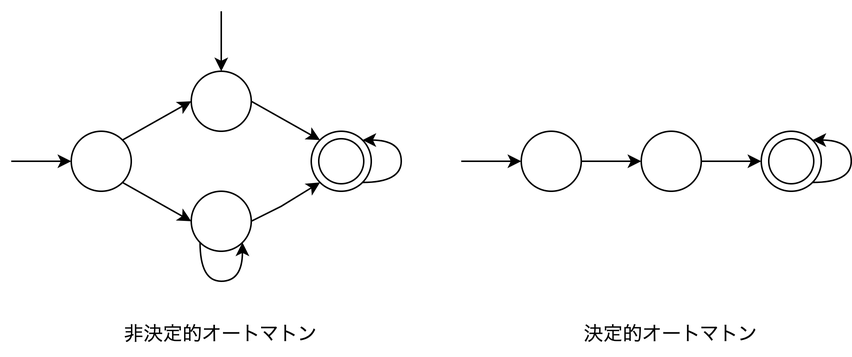
Above: journal-club/mc-7/images/image7-1-1.png in morinoyu8/glab (draw.io), before the change. Source tidied: cells renumbered, new cells last; positions are measured from the earlier drawing's top-left corner, leaving out a move shared by most shapes. Source of this version:
```xml
<mxGraphModel>
  <root>
    <mxCell id="0" />
    <mxCell id="1" parent="0" />
    <mxCell id="2" value="非決定的オートマトン" style="text;html=1;strokeColor=none;fillColor=none;align=center;verticalAlign=middle;whiteSpace=wrap;rounded=0;fontSize=13;" parent="1" vertex="1">
      <mxGeometry x="60" y="200" width="160" height="30" as="geometry" />
    </mxCell>
    <mxCell id="3" value="決定的オートマトン" style="text;html=1;strokeColor=none;fillColor=none;align=center;verticalAlign=middle;whiteSpace=wrap;rounded=0;fontSize=13;" parent="1" vertex="1">
      <mxGeometry x="360" y="200" width="160" height="30" as="geometry" />
    </mxCell>
    <mxCell id="4" style="ellipse;whiteSpace=wrap;html=1;" parent="1" vertex="1">
      <mxGeometry x="40" y="80" width="40" height="40" as="geometry" />
    </mxCell>
    <mxCell id="5" style="ellipse;whiteSpace=wrap;html=1;" parent="1" vertex="1">
      <mxGeometry x="120" y="40" width="40" height="40" as="geometry" />
    </mxCell>
    <mxCell id="6" style="ellipse;whiteSpace=wrap;html=1;" parent="1" vertex="1">
      <mxGeometry x="120" y="120" width="40" height="40" as="geometry" />
    </mxCell>
    <mxCell id="7" style="ellipse;whiteSpace=wrap;html=1;" parent="1" vertex="1">
      <mxGeometry x="200" y="80" width="40" height="40" as="geometry" />
    </mxCell>
    <mxCell id="8" style="endArrow=classic;html=1;rounded=0;exitX=1;exitY=1;exitDx=0;exitDy=0;entryX=0;entryY=0.5;entryDx=0;entryDy=0;" parent="1" edge="1" source="4" target="6">
      <mxGeometry relative="1" as="geometry" />
    </mxCell>
    <mxCell id="9" style="endArrow=classic;html=1;rounded=0;exitX=1;exitY=0;exitDx=0;exitDy=0;entryX=0;entryY=0.5;entryDx=0;entryDy=0;" parent="1" edge="1" source="4" target="5">
      <mxGeometry relative="1" as="geometry" />
    </mxCell>
    <mxCell id="10" style="endArrow=classic;html=1;rounded=0;exitX=1;exitY=0.5;exitDx=0;exitDy=0;entryX=0;entryY=1;entryDx=0;entryDy=0;" parent="1" edge="1" source="6" target="7">
      <mxGeometry relative="1" as="geometry">
        <Array as="points">
          <mxPoint x="180" y="130" />
        </Array>
      </mxGeometry>
    </mxCell>
    <mxCell id="11" style="endArrow=classic;html=1;rounded=0;entryX=0;entryY=0.5;entryDx=0;entryDy=0;" parent="1" edge="1" target="4">
      <mxGeometry relative="1" as="geometry">
        <mxPoint y="100" as="sourcePoint" />
      </mxGeometry>
    </mxCell>
    <mxCell id="12" style="endArrow=classic;html=1;rounded=0;entryX=0.5;entryY=0;entryDx=0;entryDy=0;" parent="1" edge="1" target="5">
      <mxGeometry relative="1" as="geometry">
        <mxPoint x="140" as="sourcePoint" />
      </mxGeometry>
    </mxCell>
    <mxCell id="13" style="endArrow=classic;html=1;rounded=0;exitX=1;exitY=0.5;exitDx=0;exitDy=0;entryX=0;entryY=0;entryDx=0;entryDy=0;" parent="1" edge="1" source="5" target="7">
      <mxGeometry relative="1" as="geometry" />
    </mxCell>
    <mxCell id="14" style="endArrow=classic;html=1;rounded=0;exitX=1;exitY=1;exitDx=0;exitDy=0;entryX=1;entryY=0;entryDx=0;entryDy=0;edgeStyle=orthogonalEdgeStyle;curved=1;" parent="1" edge="1" source="7" target="7">
      <mxGeometry relative="1" as="geometry">
        <Array as="points">
          <mxPoint x="260" y="114" />
          <mxPoint x="260" y="86" />
        </Array>
      </mxGeometry>
    </mxCell>
    <mxCell id="15" style="endArrow=classic;html=1;rounded=0;exitX=0;exitY=1;exitDx=0;exitDy=0;entryX=1;entryY=1;entryDx=0;entryDy=0;edgeStyle=orthogonalEdgeStyle;curved=1;" parent="1" edge="1" source="6" target="6">
      <mxGeometry relative="1" as="geometry">
        <Array as="points">
          <mxPoint x="126" y="180" />
          <mxPoint x="154" y="180" />
        </Array>
      </mxGeometry>
    </mxCell>
    <mxCell id="16" style="ellipse;whiteSpace=wrap;html=1;" parent="1" vertex="1">
      <mxGeometry x="205" y="85" width="30" height="30" as="geometry" />
    </mxCell>
    <mxCell id="17" style="ellipse;whiteSpace=wrap;html=1;" parent="1" vertex="1">
      <mxGeometry x="340" y="80" width="40" height="40" as="geometry" />
    </mxCell>
    <mxCell id="18" style="ellipse;whiteSpace=wrap;html=1;" parent="1" vertex="1">
      <mxGeometry x="420" y="80" width="40" height="40" as="geometry" />
    </mxCell>
    <mxCell id="19" style="ellipse;whiteSpace=wrap;html=1;" parent="1" vertex="1">
      <mxGeometry x="500" y="80" width="40" height="40" as="geometry" />
    </mxCell>
    <mxCell id="20" style="endArrow=classic;html=1;rounded=0;exitX=1;exitY=0.5;exitDx=0;exitDy=0;entryX=0;entryY=0.5;entryDx=0;entryDy=0;" parent="1" edge="1" source="17" target="18">
      <mxGeometry relative="1" as="geometry" />
    </mxCell>
    <mxCell id="21" style="endArrow=classic;html=1;rounded=0;entryX=0;entryY=0.5;entryDx=0;entryDy=0;" parent="1" edge="1" target="17">
      <mxGeometry relative="1" as="geometry">
        <mxPoint x="300" y="100" as="sourcePoint" />
      </mxGeometry>
    </mxCell>
    <mxCell id="22" style="endArrow=classic;html=1;rounded=0;exitX=1;exitY=0.5;exitDx=0;exitDy=0;entryX=0;entryY=0.5;entryDx=0;entryDy=0;" parent="1" edge="1" source="18" target="19">
      <mxGeometry relative="1" as="geometry" />
    </mxCell>
    <mxCell id="23" style="endArrow=classic;html=1;rounded=0;exitX=1;exitY=1;exitDx=0;exitDy=0;entryX=1;entryY=0;entryDx=0;entryDy=0;edgeStyle=orthogonalEdgeStyle;curved=1;" parent="1" edge="1" source="19" target="19">
      <mxGeometry relative="1" as="geometry">
        <Array as="points">
          <mxPoint x="560" y="114" />
          <mxPoint x="560" y="86" />
        </Array>
      </mxGeometry>
    </mxCell>
    <mxCell id="24" style="ellipse;whiteSpace=wrap;html=1;" parent="1" vertex="1">
      <mxGeometry x="505" y="85" width="30" height="30" as="geometry" />
    </mxCell>
  </root>
</mxGraphModel>
```
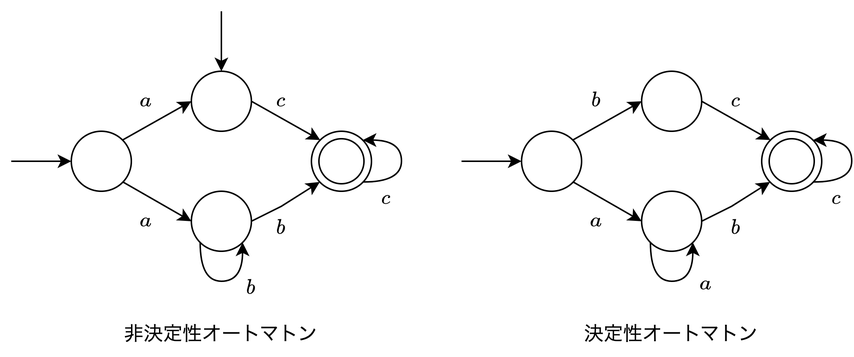
The same diagram one commit later.

What changed in the source:
```diff
@@ -1,11 +1,11 @@
-<mxGraphModel>
+<mxGraphModel math="1">
   <root>
     <mxCell id="0" />
     <mxCell id="1" parent="0" />
-    <mxCell id="2" value="非決定的オートマトン" style="text;html=1;strokeColor=none;fillColor=none;align=center;verticalAlign=middle;whiteSpace=wrap;rounded=0;fontSize=13;" parent="1" vertex="1">
+    <mxCell id="2" value="非決定性オートマトン" style="text;html=1;strokeColor=none;fillColor=none;align=center;verticalAlign=middle;whiteSpace=wrap;rounded=0;fontSize=13;" parent="1" vertex="1">
       <mxGeometry x="60" y="200" width="160" height="30" as="geometry" />
     </mxCell>
-    <mxCell id="3" value="決定的オートマトン" style="text;html=1;strokeColor=none;fillColor=none;align=center;verticalAlign=middle;whiteSpace=wrap;rounded=0;fontSize=13;" parent="1" vertex="1">
+    <mxCell id="3" value="決定性オートマトン" style="text;html=1;strokeColor=none;fillColor=none;align=center;verticalAlign=middle;whiteSpace=wrap;rounded=0;fontSize=13;" parent="1" vertex="1">
       <mxGeometry x="360" y="200" width="160" height="30" as="geometry" />
     </mxCell>
     <mxCell id="4" style="ellipse;whiteSpace=wrap;html=1;" parent="1" vertex="1">
@@ -68,23 +68,36 @@
     <mxCell id="17" style="ellipse;whiteSpace=wrap;html=1;" parent="1" vertex="1">
       <mxGeometry x="340" y="80" width="40" height="40" as="geometry" />
     </mxCell>
-    <mxCell id="18" style="ellipse;whiteSpace=wrap;html=1;" parent="1" vertex="1">
-      <mxGeometry x="420" y="80" width="40" height="40" as="geometry" />
-    </mxCell>
+    <mxCell id="25" style="ellipse;whiteSpace=wrap;html=1;" parent="1" vertex="1">
+      <mxGeometry x="420" y="40" width="40" height="40" as="geometry" />
+    </mxCell>
+    <mxCell id="26" style="ellipse;whiteSpace=wrap;html=1;" parent="1" vertex="1">
+      <mxGeometry x="420" y="120" width="40" height="40" as="geometry" />
+    </mxCell>
     <mxCell id="19" style="ellipse;whiteSpace=wrap;html=1;" parent="1" vertex="1">
       <mxGeometry x="500" y="80" width="40" height="40" as="geometry" />
     </mxCell>
-    <mxCell id="20" style="endArrow=classic;html=1;rounded=0;exitX=1;exitY=0.5;exitDx=0;exitDy=0;entryX=0;entryY=0.5;entryDx=0;entryDy=0;" parent="1" edge="1" source="17" target="18">
-      <mxGeometry relative="1" as="geometry" />
-    </mxCell>
-    <mxCell id="21" style="endArrow=classic;html=1;rounded=0;entryX=0;entryY=0.5;entryDx=0;entryDy=0;" parent="1" edge="1" target="17">
-      <mxGeometry relative="1" as="geometry">
-        <mxPoint x="300" y="100" as="sourcePoint" />
-      </mxGeometry>
-    </mxCell>
-    <mxCell id="22" style="endArrow=classic;html=1;rounded=0;exitX=1;exitY=0.5;exitDx=0;exitDy=0;entryX=0;entryY=0.5;entryDx=0;entryDy=0;" parent="1" edge="1" source="18" target="19">
-      <mxGeometry relative="1" as="geometry" />
-    </mxCell>
+    <mxCell id="27" style="endArrow=classic;html=1;rounded=0;exitX=1;exitY=1;exitDx=0;exitDy=0;entryX=0;entryY=0.5;entryDx=0;entryDy=0;" parent="1" edge="1" source="17" target="26">
+      <mxGeometry relative="1" as="geometry" />
+    </mxCell>
+    <mxCell id="28" style="endArrow=classic;html=1;rounded=0;exitX=1;exitY=0;exitDx=0;exitDy=0;entryX=0;entryY=0.5;entryDx=0;entryDy=0;" parent="1" edge="1" source="17" target="25">
+      <mxGeometry relative="1" as="geometry" />
+    </mxCell>
+    <mxCell id="29" style="endArrow=classic;html=1;rounded=0;exitX=1;exitY=0.5;exitDx=0;exitDy=0;entryX=0;entryY=1;entryDx=0;entryDy=0;" parent="1" edge="1" source="26" target="19">
+      <mxGeometry relative="1" as="geometry">
+        <Array as="points">
+          <mxPoint x="480" y="130" />
+        </Array>
+      </mxGeometry>
+    </mxCell>
+    <mxCell id="30" style="endArrow=classic;html=1;rounded=0;entryX=0;entryY=0.5;entryDx=0;entryDy=0;" parent="1" edge="1" target="17">
+      <mxGeometry relative="1" as="geometry">
+        <mxPoint x="300" y="100" as="sourcePoint" />
+      </mxGeometry>
+    </mxCell>
+    <mxCell id="31" style="endArrow=classic;html=1;rounded=0;exitX=1;exitY=0.5;exitDx=0;exitDy=0;entryX=0;entryY=0;entryDx=0;entryDy=0;" parent="1" edge="1" source="25" target="19">
+      <mxGeometry relative="1" as="geometry" />
+    </mxCell>
     <mxCell id="23" style="endArrow=classic;html=1;rounded=0;exitX=1;exitY=1;exitDx=0;exitDy=0;entryX=1;entryY=0;entryDx=0;entryDy=0;edgeStyle=orthogonalEdgeStyle;curved=1;" parent="1" edge="1" source="19" target="19">
       <mxGeometry relative="1" as="geometry">
         <Array as="points">
@@ -93,8 +106,52 @@
         </Array>
       </mxGeometry>
     </mxCell>
+    <mxCell id="32" style="endArrow=classic;html=1;rounded=0;exitX=0;exitY=1;exitDx=0;exitDy=0;entryX=1;entryY=1;entryDx=0;entryDy=0;edgeStyle=orthogonalEdgeStyle;curved=1;" parent="1" edge="1" source="26" target="26">
+      <mxGeometry relative="1" as="geometry">
+        <Array as="points">
+          <mxPoint x="426" y="180" />
+          <mxPoint x="454" y="180" />
+        </Array>
+      </mxGeometry>
+    </mxCell>
     <mxCell id="24" style="ellipse;whiteSpace=wrap;html=1;" parent="1" vertex="1">
       <mxGeometry x="505" y="85" width="30" height="30" as="geometry" />
     </mxCell>
+    <mxCell id="33" value="`b`" style="text;html=1;strokeColor=none;fillColor=none;align=center;verticalAlign=middle;whiteSpace=wrap;rounded=0;" parent="1" vertex="1">
+      <mxGeometry x="150" y="170" width="20" height="30" as="geometry" />
+    </mxCell>
+    <mxCell id="34" value="`a`" style="text;html=1;strokeColor=none;fillColor=none;align=center;verticalAlign=middle;whiteSpace=wrap;rounded=0;" parent="1" vertex="1">
+      <mxGeometry x="80" y="125" width="20" height="30" as="geometry" />
+    </mxCell>
+    <mxCell id="35" value="`a`" style="text;html=1;strokeColor=none;fillColor=none;align=center;verticalAlign=middle;whiteSpace=wrap;rounded=0;" parent="1" vertex="1">
+      <mxGeometry x="80" y="45" width="20" height="30" as="geometry" />
+    </mxCell>
+    <mxCell id="36" value="`b`" style="text;html=1;strokeColor=none;fillColor=none;align=center;verticalAlign=middle;whiteSpace=wrap;rounded=0;" parent="1" vertex="1">
+      <mxGeometry x="170" y="130" width="20" height="30" as="geometry" />
+    </mxCell>
+    <mxCell id="37" value="`c`" style="text;html=1;strokeColor=none;fillColor=none;align=center;verticalAlign=middle;whiteSpace=wrap;rounded=0;" parent="1" vertex="1">
+      <mxGeometry x="170" y="45" width="20" height="30" as="geometry" />
+    </mxCell>
+    <mxCell id="38" value="`c`" style="text;html=1;strokeColor=none;fillColor=none;align=center;verticalAlign=middle;whiteSpace=wrap;rounded=0;" parent="1" vertex="1">
+      <mxGeometry x="240" y="110" width="20" height="30" as="geometry" />
+    </mxCell>
+    <mxCell id="39" value="`a`" style="text;html=1;strokeColor=none;fillColor=none;align=center;verticalAlign=middle;whiteSpace=wrap;rounded=0;" parent="1" vertex="1">
+      <mxGeometry x="380" y="125" width="20" height="30" as="geometry" />
+    </mxCell>
+    <mxCell id="40" value="`a`" style="text;html=1;strokeColor=none;fillColor=none;align=center;verticalAlign=middle;whiteSpace=wrap;rounded=0;" parent="1" vertex="1">
+      <mxGeometry x="453" y="167" width="20" height="30" as="geometry" />
+    </mxCell>
+    <mxCell id="41" value="`b`" style="text;html=1;strokeColor=none;fillColor=none;align=center;verticalAlign=middle;whiteSpace=wrap;rounded=0;" parent="1" vertex="1">
+      <mxGeometry x="473" y="130" width="20" height="30" as="geometry" />
+    </mxCell>
+    <mxCell id="42" value="`b`" style="text;html=1;strokeColor=none;fillColor=none;align=center;verticalAlign=middle;whiteSpace=wrap;rounded=0;" parent="1" vertex="1">
+      <mxGeometry x="380" y="45" width="20" height="30" as="geometry" />
+    </mxCell>
+    <mxCell id="43" value="`c`" style="text;html=1;strokeColor=none;fillColor=none;align=center;verticalAlign=middle;whiteSpace=wrap;rounded=0;" parent="1" vertex="1">
+      <mxGeometry x="473" y="45" width="20" height="30" as="geometry" />
+    </mxCell>
+    <mxCell id="44" value="`c`" style="text;html=1;strokeColor=none;fillColor=none;align=center;verticalAlign=middle;whiteSpace=wrap;rounded=0;" parent="1" vertex="1">
+      <mxGeometry x="540" y="110" width="20" height="30" as="geometry" />
+    </mxCell>
   </root>
 </mxGraphModel>
```
